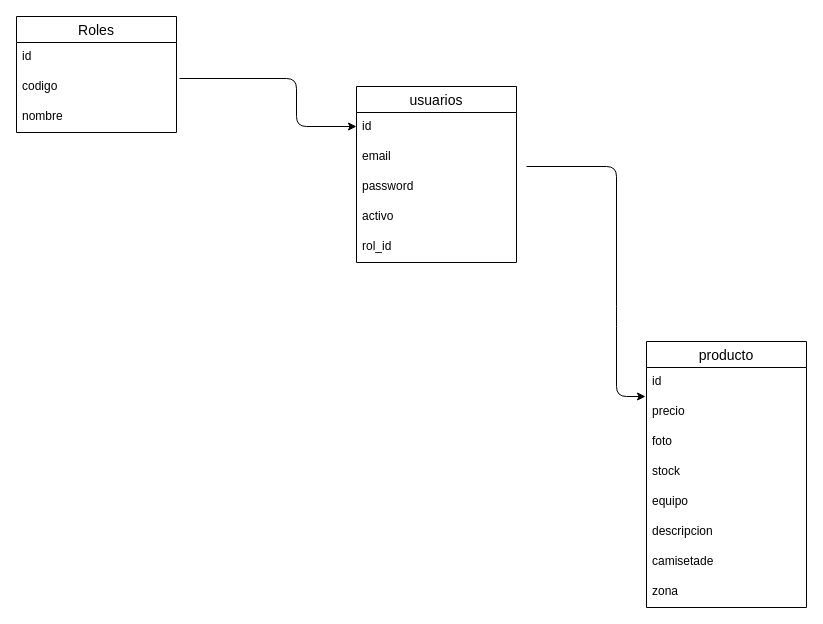
ThiagoSchiaffino/ballersgearzone-fe keeps this draw.io diagram as ballersgearzone-fe/ballersgearzone.drawio. Above is the earlier version. Source tidied: cells renumbered, new cells numbered last; positions are measured from the earlier drawing's top-left corner, leaving out a move shared by most shapes. Both pictures are drawn from the tidied source at 100%, with x=0, y=0 at pixel (16, 16).
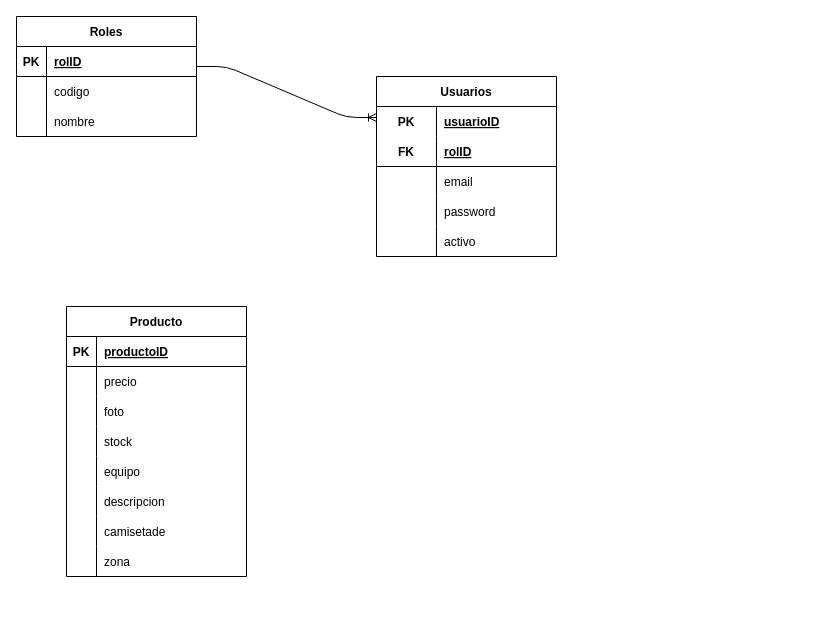
Above is the later version.

Diff of the diagram source:
```diff
@@
-    <mxCell id="2" value="Roles" style="swimlane;fontStyle=0;horizontal=1;startSize=26;align=center;fontSize=14;" parent="1" vertex="1">
-      <mxGeometry width="160" height="116" as="geometry" />
+    <mxCell id="2" value="Roles" style="shape=table;startSize=30;childLayout=tableLayout;rowLines=0;fontStyle=1;align=center;" parent="1" vertex="1">
+      <mxGeometry width="180" height="120" as="geometry" />
     </mxCell>
-    <mxCell id="3" value="id" style="text;strokeColor=none;fillColor=none;spacingLeft=4;spacingRight=4;overflow=hidden;fontSize=12;" parent="2" vertex="1">
-      <mxGeometry y="26" width="160" height="30" as="geometry" />
-    </mxCell>
+    <mxCell id="23" style="shape=tableRow;horizontal=0;startSize=0;swimlaneHead=0;swimlaneBody=0;fillColor=none;top=0;left=0;right=0;bottom=1;" parent="2" vertex="1">
+      <mxGeometry y="30" width="180" height="30" as="geometry" />
+    </mxCell>
+    <mxCell id="24" value="PK" style="shape=partialRectangle;fillColor=none;top=0;left=0;bottom=0;right=0;fontStyle=1;overflow=hidden;" parent="23" vertex="1">
+      <mxGeometry width="30" height="30" as="geometry" />
+    </mxCell>
+    <mxCell id="25" value="rolID" style="shape=partialRectangle;fillColor=none;top=0;left=0;bottom=0;right=0;align=left;spacingLeft=6;fontStyle=5;overflow=hidden;" parent="23" vertex="1">
+      <mxGeometry x="30" width="150" height="30" as="geometry" />
+    </mxCell>
+    <mxCell id="26" style="shape=tableRow;horizontal=0;startSize=0;swimlaneHead=0;swimlaneBody=0;fillColor=none;top=0;left=0;right=0;bottom=0;" parent="2" vertex="1">
+      <mxGeometry y="60" width="180" height="30" as="geometry" />
+    </mxCell>
+    <mxCell id="27" style="shape=partialRectangle;fillColor=none;top=0;left=0;bottom=0;right=0;overflow=hidden;" parent="26" vertex="1">
+      <mxGeometry width="30" height="30" as="geometry" />
+    </mxCell>
-    <mxCell id="4" value="codigo" style="text;strokeColor=none;fillColor=none;spacingLeft=4;spacingRight=4;overflow=hidden;points=[[0,0.5],[1,0.5]];portConstraint=eastwest;fontSize=12;" parent="2" vertex="1">
-      <mxGeometry y="56" width="160" height="30" as="geometry" />
+    <mxCell id="4" value="codigo" style="shape=partialRectangle;fillColor=none;top=0;left=0;bottom=0;right=0;align=left;spacingLeft=6;overflow=hidden;" parent="26" vertex="1">
+      <mxGeometry x="30" width="150" height="30" as="geometry" />
     </mxCell>
+    <mxCell id="28" style="shape=tableRow;horizontal=0;startSize=0;swimlaneHead=0;swimlaneBody=0;fillColor=none;top=0;left=0;right=0;bottom=0;" parent="2" vertex="1">
+      <mxGeometry y="90" width="180" height="30" as="geometry" />
+    </mxCell>
+    <mxCell id="29" style="shape=partialRectangle;fillColor=none;top=0;left=0;bottom=0;right=0;overflow=hidden;" parent="28" vertex="1">
+      <mxGeometry width="30" height="30" as="geometry" />
+    </mxCell>
-    <mxCell id="5" value="nombre" style="text;strokeColor=none;fillColor=none;spacingLeft=4;spacingRight=4;overflow=hidden;fontSize=12;" parent="2" vertex="1">
-      <mxGeometry y="86" width="160" height="30" as="geometry" />
+    <mxCell id="5" value="nombre" style="shape=partialRectangle;fillColor=none;top=0;left=0;bottom=0;right=0;align=left;spacingLeft=6;overflow=hidden;" parent="28" vertex="1">
+      <mxGeometry x="30" width="150" height="30" as="geometry" />
     </mxCell>
-    <mxCell id="6" style="endArrow=classic;html=1;exitX=1.019;exitY=0.2;exitDx=0;exitDy=0;exitPerimeter=0;" parent="1" edge="1" source="4">
-      <mxGeometry relative="1" as="geometry">
-        <mxPoint x="340" y="110" as="targetPoint" />
-        <Array as="points">
-          <mxPoint x="280" y="62" />
-          <mxPoint x="280" y="110" />
-        </Array>
-      </mxGeometry>
-    </mxCell>
-    <mxCell id="7" value="usuarios" style="swimlane;fontStyle=0;horizontal=1;startSize=26;align=center;fontSize=14;" parent="1" vertex="1">
-      <mxGeometry x="340" y="70" width="160" height="176" as="geometry" />
-    </mxCell>
-    <mxCell id="8" value="id" style="text;strokeColor=none;fillColor=none;spacingLeft=4;spacingRight=4;overflow=hidden;fontSize=12;" parent="7" vertex="1">
-      <mxGeometry y="26" width="160" height="30" as="geometry" />
-    </mxCell>
+    <mxCell id="30" style="edgeStyle=entityRelationEdgeStyle;fontSize=12;html=1;endArrow=ERoneToMany;entryX=0;entryY=0.5;entryDx=0;entryDy=0;" parent="1" edge="1">
+      <mxGeometry relative="1" as="geometry">
+        <mxPoint x="180" y="50" as="sourcePoint" />
+        <mxPoint x="360" y="101" as="targetPoint" />
+      </mxGeometry>
+    </mxCell>
+    <mxCell id="31" value="Usuarios" style="shape=table;startSize=30;childLayout=tableLayout;rowLines=0;fontStyle=1;align=center;" parent="1" vertex="1">
+      <mxGeometry x="360" y="60" width="180" height="180" as="geometry" />
+    </mxCell>
+    <mxCell id="32" style="shape=tableRow;horizontal=0;startSize=0;swimlaneHead=0;swimlaneBody=0;fillColor=none;top=0;left=0;right=0;bottom=0;" parent="31" vertex="1">
+      <mxGeometry y="30" width="180" height="30" as="geometry" />
+    </mxCell>
+    <mxCell id="33" value="PK" style="shape=partialRectangle;fillColor=none;top=0;left=0;bottom=0;right=0;fontStyle=1;overflow=hidden;" parent="32" vertex="1">
+      <mxGeometry width="60" height="30" as="geometry" />
+    </mxCell>
+    <mxCell id="34" value="usuarioID" style="shape=partialRectangle;fillColor=none;top=0;left=0;bottom=0;right=0;align=left;spacingLeft=6;fontStyle=5;overflow=hidden;" parent="32" vertex="1">
+      <mxGeometry x="60" width="120" height="30" as="geometry" />
+    </mxCell>
+    <mxCell id="35" style="shape=tableRow;horizontal=0;startSize=0;swimlaneHead=0;swimlaneBody=0;fillColor=none;top=0;left=0;right=0;bottom=1;" parent="31" vertex="1">
+      <mxGeometry y="60" width="180" height="30" as="geometry" />
+    </mxCell>
+    <mxCell id="36" value="FK" style="shape=partialRectangle;fillColor=none;top=0;left=0;bottom=0;right=0;fontStyle=1;overflow=hidden;" parent="35" vertex="1">
+      <mxGeometry width="60" height="30" as="geometry" />
+    </mxCell>
+    <mxCell id="37" value="rolID" style="shape=partialRectangle;fillColor=none;top=0;left=0;bottom=0;right=0;align=left;spacingLeft=6;fontStyle=5;overflow=hidden;" parent="35" vertex="1">
+      <mxGeometry x="60" width="120" height="30" as="geometry" />
+    </mxCell>
+    <mxCell id="38" style="shape=tableRow;horizontal=0;startSize=0;swimlaneHead=0;swimlaneBody=0;fillColor=none;top=0;left=0;right=0;bottom=0;" parent="31" vertex="1">
+      <mxGeometry y="90" width="180" height="30" as="geometry" />
+    </mxCell>
+    <mxCell id="39" style="shape=partialRectangle;fillColor=none;top=0;left=0;bottom=0;right=0;overflow=hidden;" parent="38" vertex="1">
+      <mxGeometry width="60" height="30" as="geometry" />
+    </mxCell>
-    <mxCell id="9" value="email" style="text;strokeColor=none;fillColor=none;spacingLeft=4;spacingRight=4;overflow=hidden;fontSize=12;" parent="7" vertex="1">
-      <mxGeometry y="56" width="160" height="30" as="geometry" />
+    <mxCell id="9" value="email" style="shape=partialRectangle;fillColor=none;top=0;left=0;bottom=0;right=0;align=left;spacingLeft=6;overflow=hidden;" parent="38" vertex="1">
+      <mxGeometry x="60" width="120" height="30" as="geometry" />
     </mxCell>
+    <mxCell id="40" style="shape=tableRow;horizontal=0;startSize=0;swimlaneHead=0;swimlaneBody=0;fillColor=none;top=0;left=0;right=0;bottom=0;" parent="31" vertex="1">
+      <mxGeometry y="120" width="180" height="30" as="geometry" />
+    </mxCell>
+    <mxCell id="41" style="shape=partialRectangle;fillColor=none;top=0;left=0;bottom=0;right=0;overflow=hidden;" parent="40" vertex="1">
+      <mxGeometry width="60" height="30" as="geometry" />
+    </mxCell>
-    <mxCell id="10" value="password" style="text;strokeColor=none;fillColor=none;spacingLeft=4;spacingRight=4;overflow=hidden;fontSize=12;" parent="7" vertex="1">
-      <mxGeometry y="86" width="160" height="30" as="geometry" />
+    <mxCell id="10" value="password" style="shape=partialRectangle;fillColor=none;top=0;left=0;bottom=0;right=0;align=left;spacingLeft=6;overflow=hidden;" parent="40" vertex="1">
+      <mxGeometry x="60" width="120" height="30" as="geometry" />
     </mxCell>
+    <mxCell id="42" style="shape=tableRow;horizontal=0;startSize=0;swimlaneHead=0;swimlaneBody=0;fillColor=none;top=0;left=0;right=0;bottom=0;" parent="31" vertex="1">
+      <mxGeometry y="150" width="180" height="30" as="geometry" />
+    </mxCell>
+    <mxCell id="43" style="shape=partialRectangle;fillColor=none;top=0;left=0;bottom=0;right=0;overflow=hidden;" parent="42" vertex="1">
+      <mxGeometry width="60" height="30" as="geometry" />
+    </mxCell>
-    <mxCell id="11" value="activo" style="text;strokeColor=none;fillColor=none;spacingLeft=4;spacingRight=4;overflow=hidden;fontSize=12;" parent="7" vertex="1">
-      <mxGeometry y="116" width="160" height="30" as="geometry" />
+    <mxCell id="11" value="activo" style="shape=partialRectangle;fillColor=none;top=0;left=0;bottom=0;right=0;align=left;spacingLeft=6;overflow=hidden;" parent="42" vertex="1">
+      <mxGeometry x="60" width="120" height="30" as="geometry" />
     </mxCell>
-    <mxCell id="12" value="rol_id" style="text;strokeColor=none;fillColor=none;spacingLeft=4;spacingRight=4;overflow=hidden;fontSize=12;" parent="7" vertex="1">
-      <mxGeometry y="146" width="160" height="30" as="geometry" />
-    </mxCell>
-    <mxCell id="13" style="endArrow=classic;html=1;entryX=-0.006;entryY=0.967;entryDx=0;entryDy=0;entryPerimeter=0;" parent="1" edge="1" target="15">
-      <mxGeometry relative="1" as="geometry">
-        <mxPoint x="510" y="150" as="sourcePoint" />
-        <Array as="points">
-          <mxPoint x="600" y="150" />
-          <mxPoint x="600" y="300" />
-          <mxPoint x="600" y="380" />
-        </Array>
-      </mxGeometry>
-    </mxCell>
-    <mxCell id="14" value="producto" style="swimlane;fontStyle=0;horizontal=1;startSize=26;align=center;fontSize=14;" parent="1" vertex="1">
-      <mxGeometry x="630" y="325" width="160" height="266" as="geometry" />
-    </mxCell>
-    <mxCell id="15" value="id" style="text;strokeColor=none;fillColor=none;spacingLeft=4;spacingRight=4;overflow=hidden;points=[[0,0.5],[1,0.5]];portConstraint=eastwest;fontSize=12;" parent="14" vertex="1">
-      <mxGeometry y="26" width="160" height="30" as="geometry" />
-    </mxCell>
+    <mxCell id="44" value="Producto" style="shape=table;startSize=30;childLayout=tableLayout;rowLines=0;fontStyle=1;align=center;" parent="1" vertex="1">
+      <mxGeometry x="50" y="290" width="180" height="270" as="geometry" />
+    </mxCell>
+    <mxCell id="45" style="shape=tableRow;horizontal=0;startSize=0;swimlaneHead=0;swimlaneBody=0;fillColor=none;top=0;left=0;right=0;bottom=1;" parent="44" vertex="1">
+      <mxGeometry y="30" width="180" height="30" as="geometry" />
+    </mxCell>
+    <mxCell id="46" value="PK" style="shape=partialRectangle;fillColor=none;top=0;left=0;bottom=0;right=0;fontStyle=1;overflow=hidden;" parent="45" vertex="1">
+      <mxGeometry width="30" height="30" as="geometry" />
+    </mxCell>
+    <mxCell id="47" value="productoID" style="shape=partialRectangle;fillColor=none;top=0;left=0;bottom=0;right=0;align=left;spacingLeft=6;fontStyle=5;overflow=hidden;" parent="45" vertex="1">
+      <mxGeometry x="30" width="150" height="30" as="geometry" />
+    </mxCell>
+    <mxCell id="48" style="shape=tableRow;horizontal=0;startSize=0;swimlaneHead=0;swimlaneBody=0;fillColor=none;top=0;left=0;right=0;bottom=0;" parent="44" vertex="1">
+      <mxGeometry y="60" width="180" height="30" as="geometry" />
+    </mxCell>
+    <mxCell id="49" style="shape=partialRectangle;fillColor=none;top=0;left=0;bottom=0;right=0;overflow=hidden;" parent="48" vertex="1">
+      <mxGeometry width="30" height="30" as="geometry" />
+    </mxCell>
-    <mxCell id="16" value="precio" style="text;strokeColor=none;fillColor=none;spacingLeft=4;spacingRight=4;overflow=hidden;fontSize=12;" parent="14" vertex="1">
-      <mxGeometry y="56" width="160" height="30" as="geometry" />
+    <mxCell id="16" value="precio" style="shape=partialRectangle;fillColor=none;top=0;left=0;bottom=0;right=0;align=left;spacingLeft=6;overflow=hidden;" parent="48" vertex="1">
+      <mxGeometry x="30" width="150" height="30" as="geometry" />
     </mxCell>
+    <mxCell id="50" style="shape=tableRow;horizontal=0;startSize=0;swimlaneHead=0;swimlaneBody=0;fillColor=none;top=0;left=0;right=0;bottom=0;" parent="44" vertex="1">
+      <mxGeometry y="90" width="180" height="30" as="geometry" />
+    </mxCell>
+    <mxCell id="51" style="shape=partialRectangle;fillColor=none;top=0;left=0;bottom=0;right=0;overflow=hidden;" parent="50" vertex="1">
+      <mxGeometry width="30" height="30" as="geometry" />
+    </mxCell>
-    <mxCell id="17" value="foto" style="text;strokeColor=none;fillColor=none;spacingLeft=4;spacingRight=4;overflow=hidden;fontSize=12;" parent="14" vertex="1">
-      <mxGeometry y="86" width="160" height="30" as="geometry" />
+    <mxCell id="17" value="foto" style="shape=partialRectangle;fillColor=none;top=0;left=0;bottom=0;right=0;align=left;spacingLeft=6;overflow=hidden;" parent="50" vertex="1">
+      <mxGeometry x="30" width="150" height="30" as="geometry" />
     </mxCell>
+    <mxCell id="52" style="shape=tableRow;horizontal=0;startSize=0;swimlaneHead=0;swimlaneBody=0;fillColor=none;top=0;left=0;right=0;bottom=0;" parent="44" vertex="1">
+      <mxGeometry y="120" width="180" height="30" as="geometry" />
+    </mxCell>
+    <mxCell id="53" style="shape=partialRectangle;fillColor=none;top=0;left=0;bottom=0;right=0;overflow=hidden;" parent="52" vertex="1">
+      <mxGeometry width="30" height="30" as="geometry" />
+    </mxCell>
-    <mxCell id="18" value="stock" style="text;strokeColor=none;fillColor=none;spacingLeft=4;spacingRight=4;overflow=hidden;fontSize=12;" parent="14" vertex="1">
-      <mxGeometry y="116" width="160" height="30" as="geometry" />
+    <mxCell id="18" value="stock" style="shape=partialRectangle;fillColor=none;top=0;left=0;bottom=0;right=0;align=left;spacingLeft=6;overflow=hidden;" parent="52" vertex="1">
+      <mxGeometry x="30" width="150" height="30" as="geometry" />
     </mxCell>
+    <mxCell id="54" style="shape=tableRow;horizontal=0;startSize=0;swimlaneHead=0;swimlaneBody=0;fillColor=none;top=0;left=0;right=0;bottom=0;" parent="44" vertex="1">
+      <mxGeometry y="150" width="180" height="30" as="geometry" />
+    </mxCell>
+    <mxCell id="55" style="shape=partialRectangle;fillColor=none;top=0;left=0;bottom=0;right=0;overflow=hidden;" parent="54" vertex="1">
+      <mxGeometry width="30" height="30" as="geometry" />
+    </mxCell>
-    <mxCell id="19" value="equipo" style="text;strokeColor=none;fillColor=none;spacingLeft=4;spacingRight=4;overflow=hidden;fontSize=12;" parent="14" vertex="1">
-      <mxGeometry y="146" width="160" height="30" as="geometry" />
+    <mxCell id="19" value="equipo" style="shape=partialRectangle;fillColor=none;top=0;left=0;bottom=0;right=0;align=left;spacingLeft=6;overflow=hidden;" parent="54" vertex="1">
+      <mxGeometry x="30" width="150" height="30" as="geometry" />
     </mxCell>
+    <mxCell id="56" style="shape=tableRow;horizontal=0;startSize=0;swimlaneHead=0;swimlaneBody=0;fillColor=none;top=0;left=0;right=0;bottom=0;" parent="44" vertex="1">
+      <mxGeometry y="180" width="180" height="30" as="geometry" />
+    </mxCell>
+    <mxCell id="57" style="shape=partialRectangle;fillColor=none;top=0;left=0;bottom=0;right=0;overflow=hidden;" parent="56" vertex="1">
+      <mxGeometry width="30" height="30" as="geometry" />
+    </mxCell>
-    <mxCell id="20" value="descripcion" style="text;strokeColor=none;fillColor=none;spacingLeft=4;spacingRight=4;overflow=hidden;fontSize=12;" parent="14" vertex="1">
-      <mxGeometry y="176" width="160" height="30" as="geometry" />
+    <mxCell id="20" value="descripcion" style="shape=partialRectangle;fillColor=none;top=0;left=0;bottom=0;right=0;align=left;spacingLeft=6;overflow=hidden;" parent="56" vertex="1">
+      <mxGeometry x="30" width="150" height="30" as="geometry" />
     </mxCell>
+    <mxCell id="58" style="shape=tableRow;horizontal=0;startSize=0;swimlaneHead=0;swimlaneBody=0;fillColor=none;top=0;left=0;right=0;bottom=0;" parent="44" vertex="1">
+      <mxGeometry y="210" width="180" height="30" as="geometry" />
+    </mxCell>
+    <mxCell id="59" style="shape=partialRectangle;fillColor=none;top=0;left=0;bottom=0;right=0;overflow=hidden;" parent="58" vertex="1">
+      <mxGeometry width="30" height="30" as="geometry" />
+    </mxCell>
-    <mxCell id="21" value="camisetade" style="text;strokeColor=none;fillColor=none;spacingLeft=4;spacingRight=4;overflow=hidden;fontSize=12;" parent="14" vertex="1">
-      <mxGeometry y="206" width="160" height="30" as="geometry" />
+    <mxCell id="21" value="camisetade" style="shape=partialRectangle;fillColor=none;top=0;left=0;bottom=0;right=0;align=left;spacingLeft=6;overflow=hidden;" parent="58" vertex="1">
+      <mxGeometry x="30" width="150" height="30" as="geometry" />
     </mxCell>
+    <mxCell id="60" style="shape=tableRow;horizontal=0;startSize=0;swimlaneHead=0;swimlaneBody=0;fillColor=none;top=0;left=0;right=0;bottom=0;" parent="44" vertex="1">
+      <mxGeometry y="240" width="180" height="30" as="geometry" />
+    </mxCell>
+    <mxCell id="61" style="shape=partialRectangle;fillColor=none;top=0;left=0;bottom=0;right=0;overflow=hidden;" parent="60" vertex="1">
+      <mxGeometry width="30" height="30" as="geometry" />
+    </mxCell>
-    <mxCell id="22" value="zona" style="text;strokeColor=none;fillColor=none;spacingLeft=4;spacingRight=4;overflow=hidden;fontSize=12;" parent="14" vertex="1">
-      <mxGeometry y="236" width="160" height="30" as="geometry" />
+    <mxCell id="22" value="zona" style="shape=partialRectangle;fillColor=none;top=0;left=0;bottom=0;right=0;align=left;spacingLeft=6;overflow=hidden;" parent="60" vertex="1">
+      <mxGeometry x="30" width="150" height="30" as="geometry" />
     </mxCell>
```
